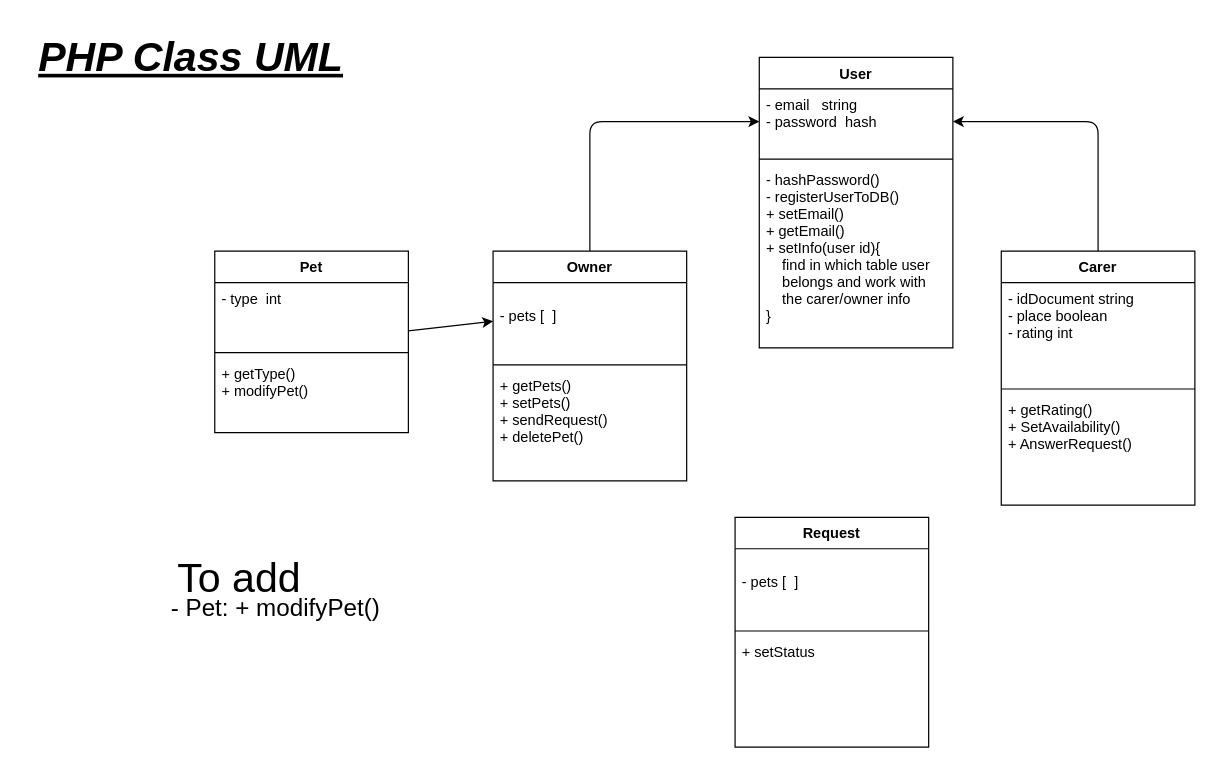
iagogonzalezborines/MascoTier_Project keeps this draw.io diagram as Docs/Web/Backend/classPHP.drawio. Above is the earlier version. Source tidied: cells renumbered, new cells numbered last; positions are measured from the earlier drawing's top-left corner, leaving out a move shared by most shapes. Both pictures are drawn from the tidied source at 121%, with x=0, y=0 at pixel (21, 21).
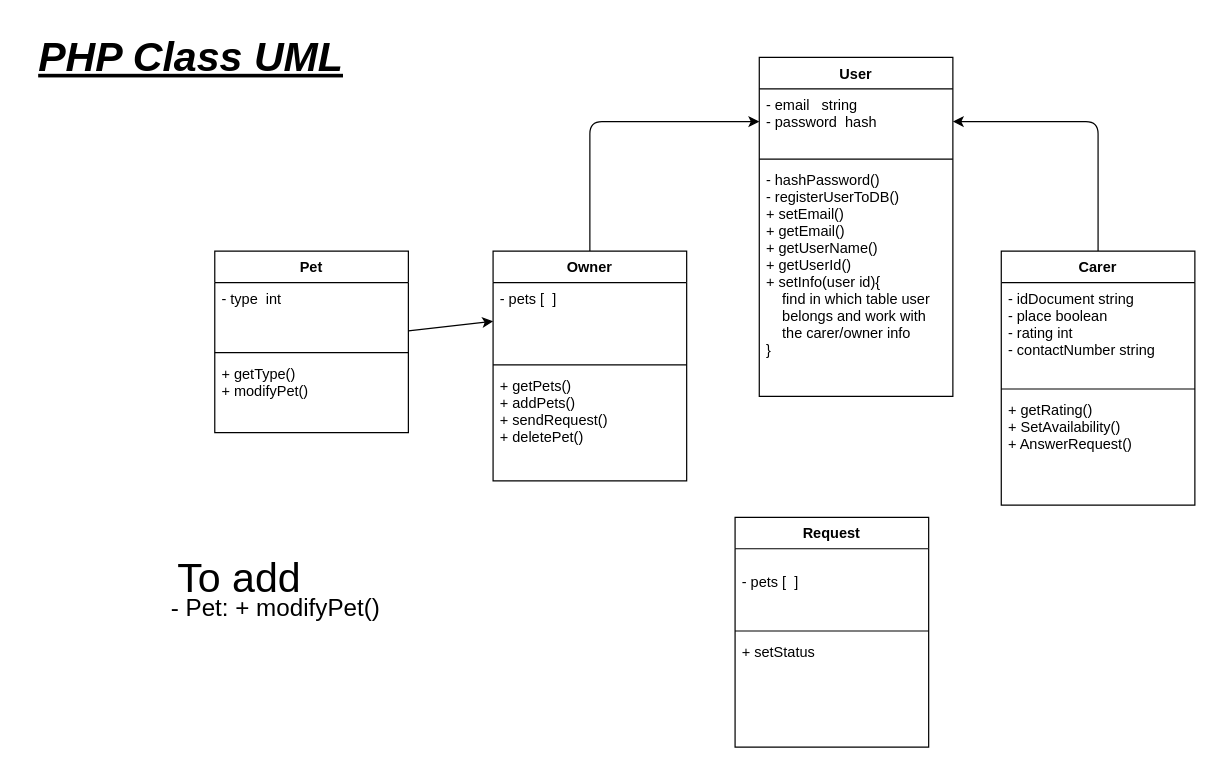
Above is the later version.

Commit message (it also covers changes not shown here):
update drawio diagrama de clases

Unchanged cells that the change refers to:
```xml
<mxCell id="3" value="Owner" style="swimlane;fontStyle=1;align=center;verticalAlign=top;horizontal=1;startSize=26;" parent="1" vertex="1">
  <mxGeometry x="390" y="190" width="160" height="190" as="geometry" />
</mxCell>
<mxCell id="12" value="Carer" style="swimlane;fontStyle=1;align=center;verticalAlign=top;horizontal=1;startSize=26;" parent="1" vertex="1">
  <mxGeometry x="810" y="190" width="160" height="210" as="geometry" />
</mxCell>
```

Change to the diagram source:
```diff
@@
-    <mxCell id="4" value="&#10;- pets [  ]" style="text;strokeColor=none;fillColor=none;align=left;verticalAlign=top;spacingLeft=4;spacingRight=4;overflow=hidden;points=[[0,0.5],[1,0.5]];portConstraint=eastwest;" parent="3" vertex="1">
+    <mxCell id="4" value="- pets [  ]" style="text;strokeColor=none;fillColor=none;align=left;verticalAlign=top;spacingLeft=4;spacingRight=4;overflow=hidden;points=[[0,0.5],[1,0.5]];portConstraint=eastwest;" parent="3" vertex="1">
       <mxGeometry y="26" width="160" height="64" as="geometry" />
     </mxCell>
@@
-    <mxCell id="6" value="+ getPets()&#10;+ setPets()&#10;+ sendRequest()&#10;+ deletePet()" style="text;strokeColor=none;fillColor=none;align=left;verticalAlign=top;spacingLeft=4;spacingRight=4;overflow=hidden;" parent="3" vertex="1">
+    <mxCell id="6" value="+ getPets()&#10;+ addPets()&#10;+ sendRequest()&#10;+ deletePet()" style="text;strokeColor=none;fillColor=none;align=left;verticalAlign=top;spacingLeft=4;spacingRight=4;overflow=hidden;" parent="3" vertex="1">
       <mxGeometry y="98" width="160" height="92" as="geometry" />
     </mxCell>
     <mxCell id="7" value="User" style="swimlane;fontStyle=1;align=center;verticalAlign=top;horizontal=1;startSize=26;" parent="1" vertex="1">
-      <mxGeometry x="610" y="30" width="160" height="240" as="geometry" />
+      <mxGeometry x="610" y="30" width="160" height="280" as="geometry" />
     </mxCell>
@@
-    <mxCell id="10" value="- hashPassword()&#10;- registerUserToDB()&#10;+ setEmail()&#10;+ getEmail()&#10;+ setInfo(user id){&#10;    find in which table user &#10;    belongs and work with&#10;    the carer/owner info&#10;}&#10;" style="text;strokeColor=none;fillColor=none;align=left;verticalAlign=top;spacingLeft=4;spacingRight=4;overflow=hidden;" parent="7" vertex="1">
-      <mxGeometry y="88" width="160" height="152" as="geometry" />
+    <mxCell id="10" value="- hashPassword()&#10;- registerUserToDB()&#10;+ setEmail()&#10;+ getEmail()&#10;+ getUserName()&#10;+ getUserId()&#10;+ setInfo(user id){&#10;    find in which table user &#10;    belongs and work with&#10;    the carer/owner info&#10;}&#10;" style="text;strokeColor=none;fillColor=none;align=left;verticalAlign=top;spacingLeft=4;spacingRight=4;overflow=hidden;" parent="7" vertex="1">
+      <mxGeometry y="88" width="160" height="192" as="geometry" />
     </mxCell>
@@
-    <mxCell id="13" value="- idDocument string&#10;- place boolean&#10;- rating int&#10;" style="text;strokeColor=none;fillColor=none;align=left;verticalAlign=top;spacingLeft=4;spacingRight=4;overflow=hidden;" parent="12" vertex="1">
+    <mxCell id="13" value="- idDocument string&#10;- place boolean&#10;- rating int&#10;- contactNumber string&#10;" style="text;strokeColor=none;fillColor=none;align=left;verticalAlign=top;spacingLeft=4;spacingRight=4;overflow=hidden;" parent="12" vertex="1">
       <mxGeometry y="26" width="160" height="84" as="geometry" />
     </mxCell>
```
